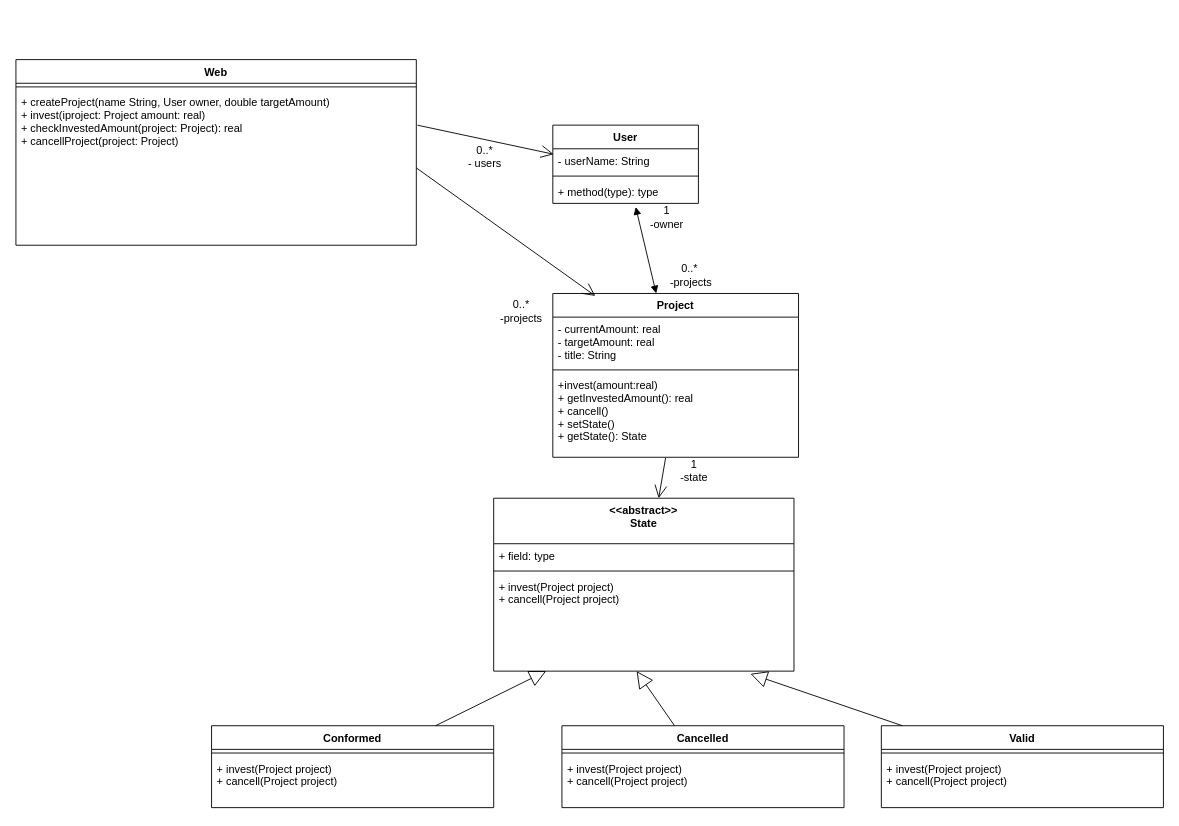
Earlier version of the draw.io diagram Prácticas/UML's/practica7_3.drawio (ssofiaavila/OO2--Informatica-UNLP). Source tidied: cells renumbered, new cells numbered last; positions are measured from the earlier drawing's top-left corner, leaving out a move shared by most shapes. Both pictures are drawn from the tidied source at 91%, with x=0, y=0 at pixel (15, 59).
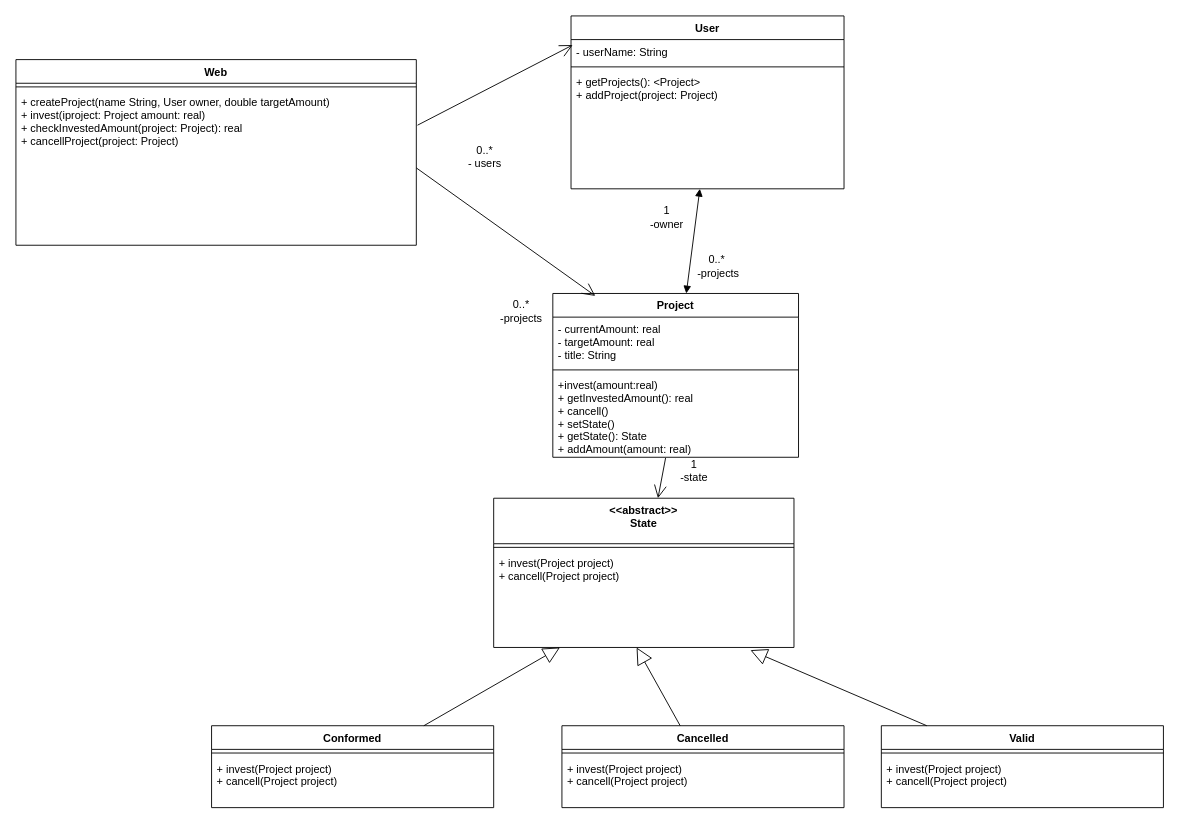
After the change.

The change refers to these unchanged cells:
```xml
<mxCell id="9" value="Project" style="swimlane;fontStyle=1;align=center;verticalAlign=top;horizontal=1;startSize=26;" parent="1" vertex="1">
  <mxGeometry x="590" y="257" width="270" height="180" as="geometry" />
</mxCell>
```

Diff of the diagram source:
```diff
@@
     <mxCell id="5" value="User" style="swimlane;fontStyle=1;align=center;verticalAlign=top;horizontal=1;startSize=26;" parent="1" vertex="1">
-      <mxGeometry x="590" y="72" width="160" height="86" as="geometry" />
+      <mxGeometry x="610" y="-48" width="300" height="190" as="geometry" />
     </mxCell>
     <mxCell id="6" value="- userName: String" style="text;strokeColor=none;fillColor=none;align=left;verticalAlign=top;spacingLeft=4;spacingRight=4;overflow=hidden;points=[[0,0.5],[1,0.5]];portConstraint=eastwest;" parent="5" vertex="1">
-      <mxGeometry y="26" width="160" height="26" as="geometry" />
+      <mxGeometry y="26" width="300" height="26" as="geometry" />
     </mxCell>
     <mxCell id="7" style="line;strokeWidth=1;fillColor=none;align=left;verticalAlign=middle;spacingTop=-1;spacingLeft=3;spacingRight=3;labelPosition=right;" parent="5" vertex="1">
-      <mxGeometry y="52" width="160" height="8" as="geometry" />
+      <mxGeometry y="52" width="300" height="8" as="geometry" />
     </mxCell>
-    <mxCell id="8" value="+ method(type): type" style="text;strokeColor=none;fillColor=none;align=left;verticalAlign=top;spacingLeft=4;spacingRight=4;overflow=hidden;points=[[0,0.5],[1,0.5]];portConstraint=eastwest;" parent="5" vertex="1">
-      <mxGeometry y="60" width="160" height="26" as="geometry" />
+    <mxCell id="8" value="+ getProjects(): &lt;Project&gt;&#10;+ addProject(project: Project)" style="text;strokeColor=none;fillColor=none;align=left;verticalAlign=top;spacingLeft=4;spacingRight=4;overflow=hidden;points=[[0,0.5],[1,0.5]];portConstraint=eastwest;" parent="5" vertex="1">
+      <mxGeometry y="60" width="300" height="130" as="geometry" />
     </mxCell>
@@
-    <mxCell id="12" value="+invest(amount:real)&#10;+ getInvestedAmount(): real&#10;+ cancell()&#10;+ setState()&#10;+ getState(): State" style="text;strokeColor=none;fillColor=none;align=left;verticalAlign=top;spacingLeft=4;spacingRight=4;overflow=hidden;points=[[0,0.5],[1,0.5]];portConstraint=eastwest;" parent="9" vertex="1">
+    <mxCell id="12" value="+invest(amount:real)&#10;+ getInvestedAmount(): real&#10;+ cancell()&#10;+ setState()&#10;+ getState(): State&#10;+ addAmount(amount: real)" style="text;strokeColor=none;fillColor=none;align=left;verticalAlign=top;spacingLeft=4;spacingRight=4;overflow=hidden;points=[[0,0.5],[1,0.5]];portConstraint=eastwest;" parent="9" vertex="1">
       <mxGeometry y="88" width="270" height="92" as="geometry" />
     </mxCell>
     <mxCell id="13" value="0..*&lt;br&gt;&amp;nbsp;-projects" style="text;html=1;align=center;verticalAlign=middle;strokeColor=none;fillColor=none;" parent="1" vertex="1">
-      <mxGeometry x="710" y="222" width="60" height="30" as="geometry" />
+      <mxGeometry x="740" y="212" width="60" height="30" as="geometry" />
     </mxCell>
-    <mxCell id="14" style="endArrow=block;startArrow=block;endFill=1;startFill=1;html=1;rounded=0;entryX=0.569;entryY=1.154;entryDx=0;entryDy=0;entryPerimeter=0;" parent="1" edge="1" source="9" target="8">
+    <mxCell id="14" style="endArrow=block;startArrow=block;endFill=1;startFill=1;html=1;rounded=0;" parent="1" edge="1" source="9" target="8">
       <mxGeometry relative="1" as="geometry" />
     </mxCell>
@@
     <mxCell id="16" value="&lt;&lt;abstract&gt;&gt;&#10;State" style="swimlane;fontStyle=1;align=center;verticalAlign=top;horizontal=1;startSize=50;" parent="1" vertex="1">
-      <mxGeometry x="525" y="482" width="330" height="190" as="geometry" />
+      <mxGeometry x="525" y="482" width="330" height="164" as="geometry" />
     </mxCell>
-    <mxCell id="17" value="+ field: type" style="text;strokeColor=none;fillColor=none;align=left;verticalAlign=top;spacingLeft=4;spacingRight=4;overflow=hidden;" parent="16" vertex="1">
-      <mxGeometry y="50" width="330" height="26" as="geometry" />
-    </mxCell>
     <mxCell id="18" style="line;strokeWidth=1;fillColor=none;align=left;verticalAlign=middle;spacingTop=-1;spacingLeft=3;spacingRight=3;labelPosition=right;" parent="16" vertex="1">
-      <mxGeometry y="76" width="330" height="8" as="geometry" />
+      <mxGeometry y="50" width="330" height="8" as="geometry" />
     </mxCell>
     <mxCell id="19" value="+ invest(Project project)&#10;+ cancell(Project project)" style="text;strokeColor=none;fillColor=none;align=left;verticalAlign=top;spacingLeft=4;spacingRight=4;overflow=hidden;points=[[0,0.5],[1,0.5]];portConstraint=eastwest;" parent="16" vertex="1">
-      <mxGeometry y="84" width="330" height="106" as="geometry" />
+      <mxGeometry y="58" width="330" height="106" as="geometry" />
     </mxCell>
```
